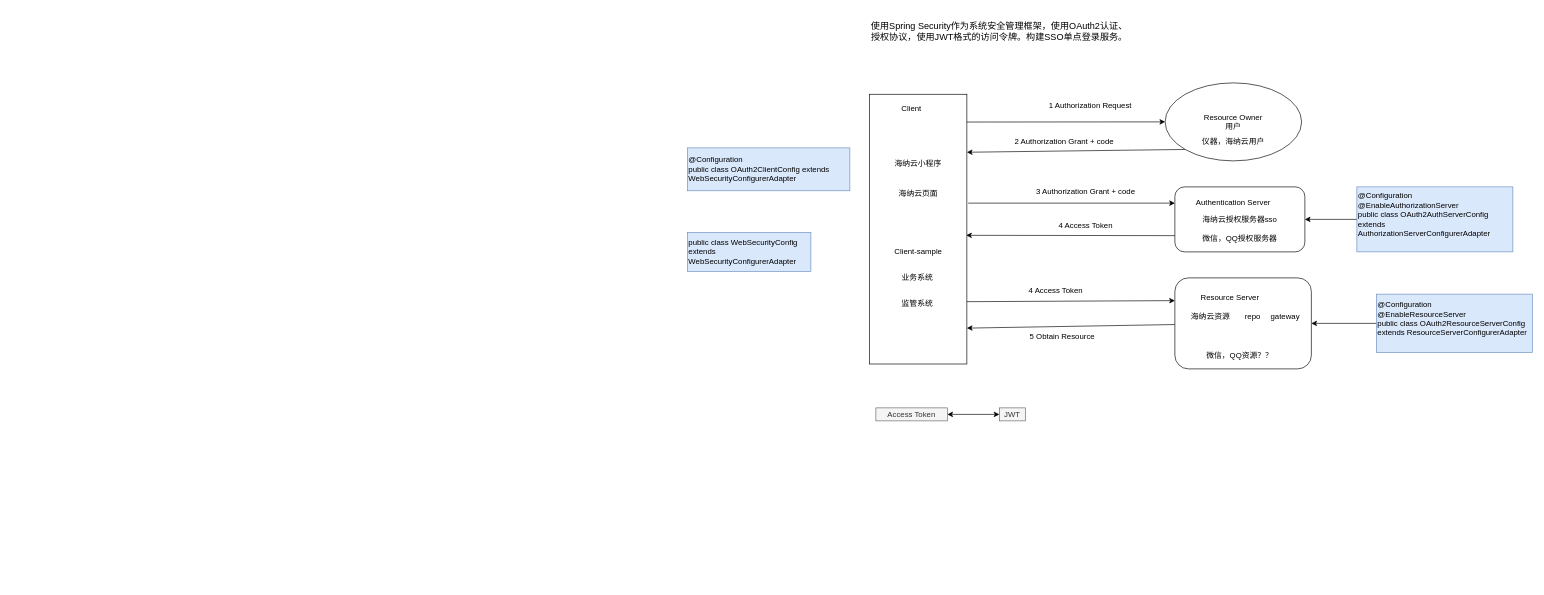
This is sso-security.drawio from lzdong0714/note, a draw.io file, before an edit. Source tidied: cells renumbered, new cells numbered last; positions are measured from the earlier drawing's top-left corner, leaving out a move shared by most shapes. Both pictures are drawn from the tidied source at 65%, with x=0, y=0 at pixel (687, 11).
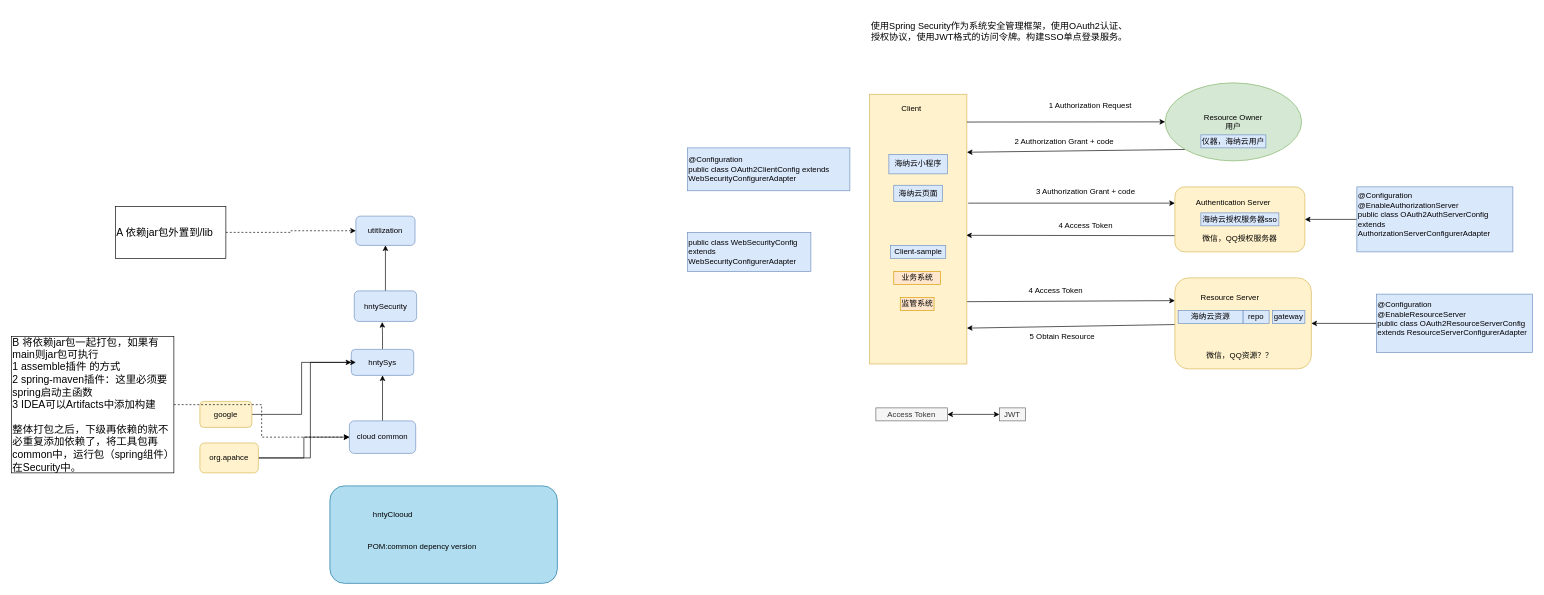
After the change.

What changed in the source:
```diff
@@
-    <mxCell id="4" value="Resource Owner&lt;br&gt;用户" style="ellipse;whiteSpace=wrap;html=1;" parent="1" vertex="1">
+    <mxCell id="4" value="Resource Owner&lt;br&gt;用户" style="ellipse;whiteSpace=wrap;html=1;fillColor=#d5e8d4;strokeColor=#82b366;" parent="1" vertex="1">
       <mxGeometry x="735" y="110" width="210" height="120" as="geometry" />
     </mxCell>
@@
-    <mxCell id="6" style="rounded=1;whiteSpace=wrap;html=1;" parent="1" vertex="1">
+    <mxCell id="6" style="rounded=1;whiteSpace=wrap;html=1;fillColor=#fff2cc;strokeColor=#d6b656;" parent="1" vertex="1">
       <mxGeometry x="750" y="270" width="200" height="100" as="geometry" />
     </mxCell>
@@
-    <mxCell id="8" style="rounded=1;whiteSpace=wrap;html=1;" parent="1" vertex="1">
+    <mxCell id="8" style="rounded=1;whiteSpace=wrap;html=1;fillColor=#fff2cc;strokeColor=#d6b656;" parent="1" vertex="1">
       <mxGeometry x="750" y="410" width="210" height="140" as="geometry" />
     </mxCell>
@@
-    <mxCell id="10" style="rounded=0;whiteSpace=wrap;html=1;" parent="1" vertex="1">
+    <mxCell id="10" style="rounded=0;whiteSpace=wrap;html=1;fillColor=#fff2cc;strokeColor=#d6b656;" parent="1" vertex="1">
       <mxGeometry x="280" y="127.5" width="150" height="415" as="geometry" />
     </mxCell>
@@
-    <mxCell id="12" value="仪器，海纳云用户" style="text;html=1;strokeColor=none;fillColor=none;align=center;verticalAlign=middle;whiteSpace=wrap;rounded=0;" parent="1" vertex="1">
+    <mxCell id="12" value="仪器，海纳云用户" style="text;html=1;strokeColor=#6c8ebf;fillColor=#dae8fc;align=center;verticalAlign=middle;whiteSpace=wrap;rounded=0;" parent="1" vertex="1">
       <mxGeometry x="790" y="190" width="100" height="20" as="geometry" />
     </mxCell>
@@
-    <mxCell id="15" value="海纳云小程序" style="text;html=1;strokeColor=none;fillColor=none;align=center;verticalAlign=middle;whiteSpace=wrap;rounded=0;" parent="1" vertex="1">
+    <mxCell id="15" value="海纳云小程序" style="text;html=1;strokeColor=#6c8ebf;fillColor=#dae8fc;align=center;verticalAlign=middle;whiteSpace=wrap;rounded=0;" parent="1" vertex="1">
       <mxGeometry x="310" y="220" width="90" height="30" as="geometry" />
     </mxCell>
-    <mxCell id="16" value="海纳云页面" style="text;html=1;strokeColor=none;fillColor=none;align=center;verticalAlign=middle;whiteSpace=wrap;rounded=0;" parent="1" vertex="1">
+    <mxCell id="16" value="海纳云页面" style="text;html=1;strokeColor=#6c8ebf;fillColor=#dae8fc;align=center;verticalAlign=middle;whiteSpace=wrap;rounded=0;" parent="1" vertex="1">
       <mxGeometry x="317.5" y="267.5" width="75" height="25" as="geometry" />
     </mxCell>
@@
-    <mxCell id="20" value="海纳云授权服务器sso" style="text;html=1;strokeColor=none;fillColor=none;align=center;verticalAlign=middle;whiteSpace=wrap;rounded=0;" parent="1" vertex="1">
+    <mxCell id="20" value="海纳云授权服务器sso" style="text;html=1;strokeColor=#6c8ebf;fillColor=#dae8fc;align=center;verticalAlign=middle;whiteSpace=wrap;rounded=0;" parent="1" vertex="1">
       <mxGeometry x="790" y="310" width="120" height="20" as="geometry" />
     </mxCell>
@@
-    <mxCell id="22" value="海纳云资源" style="text;html=1;strokeColor=none;fillColor=none;align=center;verticalAlign=middle;whiteSpace=wrap;rounded=0;" parent="1" vertex="1">
+    <mxCell id="22" value="海纳云资源" style="text;html=1;strokeColor=#6c8ebf;fillColor=#dae8fc;align=center;verticalAlign=middle;whiteSpace=wrap;rounded=0;" parent="1" vertex="1">
       <mxGeometry x="755" y="460" width="100" height="20" as="geometry" />
     </mxCell>
@@
-    <mxCell id="36" value="Client-sample" style="text;html=1;strokeColor=none;fillColor=none;align=center;verticalAlign=middle;whiteSpace=wrap;rounded=0;" parent="1" vertex="1">
+    <mxCell id="36" value="Client-sample" style="text;html=1;strokeColor=#6c8ebf;fillColor=#dae8fc;align=center;verticalAlign=middle;whiteSpace=wrap;rounded=0;" parent="1" vertex="1">
       <mxGeometry x="312.5" y="360" width="85" height="20" as="geometry" />
     </mxCell>
-    <mxCell id="37" value="业务系统" style="text;html=1;strokeColor=none;fillColor=none;align=center;verticalAlign=middle;whiteSpace=wrap;rounded=0;" parent="1" vertex="1">
+    <mxCell id="37" value="业务系统" style="text;html=1;strokeColor=#d79b00;fillColor=#ffe6cc;align=center;verticalAlign=middle;whiteSpace=wrap;rounded=0;" parent="1" vertex="1">
       <mxGeometry x="317.5" y="400" width="72" height="20" as="geometry" />
     </mxCell>
-    <mxCell id="38" value="监管系统" style="text;html=1;strokeColor=none;fillColor=none;align=center;verticalAlign=middle;whiteSpace=wrap;rounded=0;" parent="1" vertex="1">
+    <mxCell id="38" value="监管系统" style="text;html=1;strokeColor=#d79b00;fillColor=#ffe6cc;align=center;verticalAlign=middle;whiteSpace=wrap;rounded=0;" parent="1" vertex="1">
       <mxGeometry x="327.5" y="440" width="52" height="20" as="geometry" />
     </mxCell>
-    <mxCell id="39" value="repo" style="text;html=1;strokeColor=none;fillColor=none;align=center;verticalAlign=middle;whiteSpace=wrap;rounded=0;" parent="1" vertex="1">
-      <mxGeometry x="850" y="460" width="40" height="20" as="geometry" />
+    <mxCell id="39" value="repo" style="text;html=1;strokeColor=#6c8ebf;fillColor=#dae8fc;align=center;verticalAlign=middle;whiteSpace=wrap;rounded=0;" parent="1" vertex="1">
+      <mxGeometry x="855" y="460" width="40" height="20" as="geometry" />
     </mxCell>
-    <mxCell id="40" value="gateway" style="text;html=1;strokeColor=none;fillColor=none;align=center;verticalAlign=middle;whiteSpace=wrap;rounded=0;" parent="1" vertex="1">
-      <mxGeometry x="900" y="460" width="40" height="20" as="geometry" />
+    <mxCell id="40" value="gateway" style="text;html=1;strokeColor=#6c8ebf;fillColor=#dae8fc;align=center;verticalAlign=middle;whiteSpace=wrap;rounded=0;" parent="1" vertex="1">
+      <mxGeometry x="900" y="460" width="50" height="20" as="geometry" />
     </mxCell>
@@
+    <mxCell id="44" style="rounded=1;whiteSpace=wrap;html=1;fillColor=#b1ddf0;strokeColor=#10739e;" parent="1" vertex="1">
+      <mxGeometry x="-550" y="730" width="350" height="150" as="geometry" />
+    </mxCell>
+    <mxCell id="45" value="hntyClooud" style="text;html=1;strokeColor=none;fillColor=none;align=center;verticalAlign=middle;whiteSpace=wrap;rounded=0;direction=south;" parent="1" vertex="1">
+      <mxGeometry x="-493" y="761" width="80" height="25" as="geometry" />
+    </mxCell>
+    <mxCell id="46" value="POM:common depency version" style="text;html=1;strokeColor=none;fillColor=none;align=center;verticalAlign=middle;whiteSpace=wrap;rounded=0;" parent="1" vertex="1">
+      <mxGeometry x="-493" y="805" width="170" height="38" as="geometry" />
+    </mxCell>
+    <mxCell id="47" style="edgeStyle=orthogonalEdgeStyle;rounded=0;jettySize=auto;html=1;exitX=0.5;exitY=0;exitDx=0;exitDy=0;" parent="1" edge="1" source="48" target="58">
+      <mxGeometry relative="1" as="geometry" />
+    </mxCell>
+    <mxCell id="48" value="hntySecurity" style="rounded=1;whiteSpace=wrap;html=1;fillColor=#dae8fc;strokeColor=#6c8ebf;" parent="1" vertex="1">
+      <mxGeometry x="-512.5" y="430" width="96" height="47" as="geometry" />
+    </mxCell>
+    <mxCell id="49" style="edgeStyle=orthogonalEdgeStyle;rounded=0;jettySize=auto;html=1;exitX=0.5;exitY=0;exitDx=0;exitDy=0;entryX=0.448;entryY=1.019;entryDx=0;entryDy=0;entryPerimeter=0;" parent="1" edge="1" source="50" target="48">
+      <mxGeometry relative="1" as="geometry" />
+    </mxCell>
+    <mxCell id="50" value="hntySys" style="rounded=1;whiteSpace=wrap;html=1;fillColor=#dae8fc;strokeColor=#6c8ebf;" parent="1" vertex="1">
+      <mxGeometry x="-517" y="520" width="96" height="40" as="geometry" />
+    </mxCell>
+    <mxCell id="51" style="edgeStyle=orthogonalEdgeStyle;rounded=0;jettySize=auto;html=1;exitX=0.5;exitY=0;exitDx=0;exitDy=0;entryX=0.5;entryY=1;entryDx=0;entryDy=0;" parent="1" edge="1" source="52" target="50">
+      <mxGeometry relative="1" as="geometry" />
+    </mxCell>
+    <mxCell id="52" value="cloud common" style="rounded=1;whiteSpace=wrap;html=1;fillColor=#dae8fc;strokeColor=#6c8ebf;" parent="1" vertex="1">
+      <mxGeometry x="-520" y="630" width="102" height="50" as="geometry" />
+    </mxCell>
+    <mxCell id="53" style="edgeStyle=orthogonalEdgeStyle;rounded=0;jettySize=auto;html=1;exitX=1;exitY=0.5;exitDx=0;exitDy=0;entryX=0;entryY=0.5;entryDx=0;entryDy=0;fontSize=16;" parent="1" edge="1" source="55" target="52">
+      <mxGeometry relative="1" as="geometry" />
+    </mxCell>
+    <mxCell id="54" style="edgeStyle=orthogonalEdgeStyle;rounded=0;jettySize=auto;html=1;exitX=1;exitY=0.5;exitDx=0;exitDy=0;fontSize=16;" parent="1" edge="1" source="55">
+      <mxGeometry relative="1" as="geometry">
+        <mxPoint x="-510" y="540" as="targetPoint" />
+        <Array as="points">
+          <mxPoint x="-580" y="687" />
+          <mxPoint x="-580" y="540" />
+        </Array>
+      </mxGeometry>
+    </mxCell>
+    <mxCell id="55" value="org.apahce" style="rounded=1;whiteSpace=wrap;html=1;fillColor=#fff2cc;strokeColor=#d6b656;" parent="1" vertex="1">
+      <mxGeometry x="-750" y="664" width="90" height="46" as="geometry" />
+    </mxCell>
+    <mxCell id="56" style="edgeStyle=orthogonalEdgeStyle;rounded=0;jettySize=auto;html=1;exitX=1;exitY=0.5;exitDx=0;exitDy=0;entryX=0;entryY=0.5;entryDx=0;entryDy=0;fontSize=16;" parent="1" edge="1" source="57" target="50">
+      <mxGeometry relative="1" as="geometry" />
+    </mxCell>
+    <mxCell id="57" value="google" style="rounded=1;whiteSpace=wrap;html=1;fillColor=#fff2cc;strokeColor=#d6b656;" parent="1" vertex="1">
+      <mxGeometry x="-750" y="600" width="80" height="40" as="geometry" />
+    </mxCell>
+    <mxCell id="58" value="utitlization" style="rounded=1;whiteSpace=wrap;html=1;fillColor=#dae8fc;strokeColor=#6c8ebf;" parent="1" vertex="1">
+      <mxGeometry x="-510" y="315" width="91" height="45" as="geometry" />
+    </mxCell>
+    <mxCell id="59" style="edgeStyle=orthogonalEdgeStyle;rounded=0;jettySize=auto;html=1;fontSize=16;dashed=1;" parent="1" edge="1" source="60" target="58">
+      <mxGeometry relative="1" as="geometry" />
+    </mxCell>
+    <mxCell id="60" value="A 依赖jar包外置到/lib" style="rounded=0;whiteSpace=wrap;html=1;align=left;fontSize=16;" parent="1" vertex="1">
+      <mxGeometry x="-880" y="300" width="170" height="80" as="geometry" />
+    </mxCell>
+    <mxCell id="61" style="edgeStyle=orthogonalEdgeStyle;rounded=0;jettySize=auto;html=1;entryX=0;entryY=0.5;entryDx=0;entryDy=0;fontSize=16;dashed=1;" parent="1" edge="1" source="62" target="52">
+      <mxGeometry relative="1" as="geometry" />
+    </mxCell>
+    <mxCell id="62" value="B 将依赖jar包一起打包，如果有main则jar包可执行&lt;br style=&quot;font-size: 16px&quot;&gt;1 assemble插件 的方式&lt;br style=&quot;font-size: 16px&quot;&gt;2 spring-maven插件：这里必须要spring启动主函数&lt;br style=&quot;font-size: 16px&quot;&gt;3 IDEA可以Artifacts中添加构建&lt;br&gt;&lt;br&gt;整体打包之后，下级再依赖的就不必重复添加依赖了，将工具包再common中，运行包（spring组件）在Security中。" style="rounded=0;whiteSpace=wrap;html=1;align=left;fontSize=16;" parent="1" vertex="1">
+      <mxGeometry x="-1040" y="500" width="250" height="210" as="geometry" />
+    </mxCell>
```
